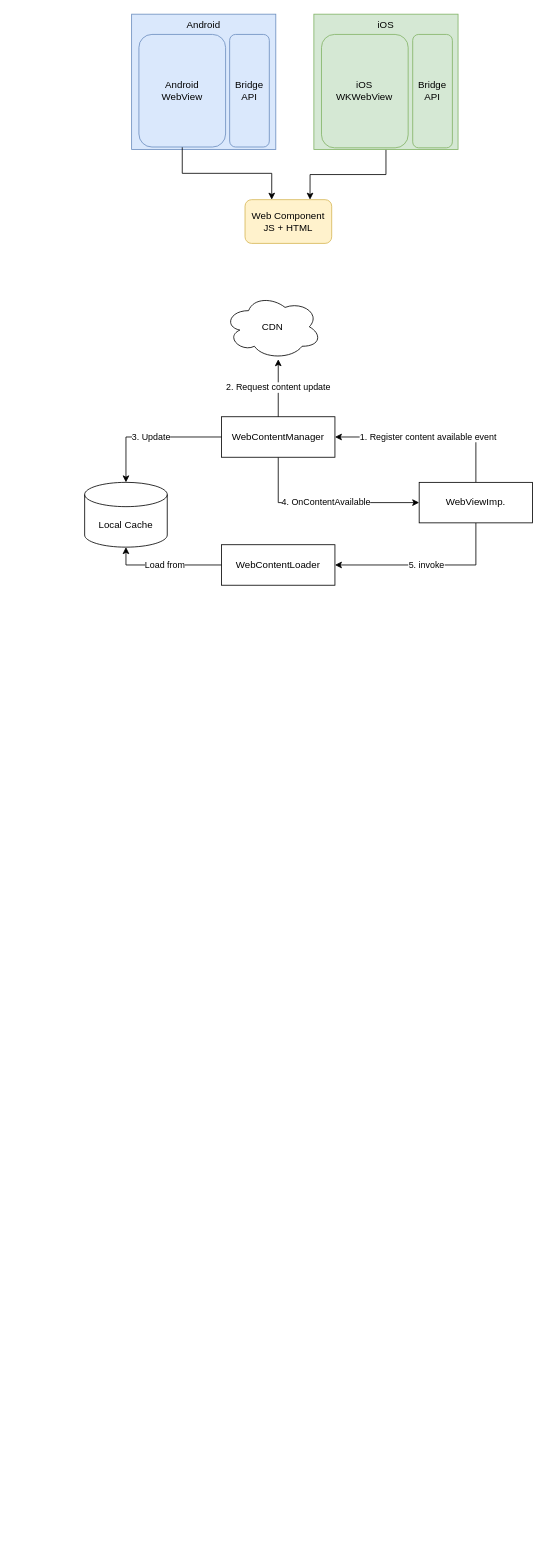
Before: PaymentSDK.drawio in lancelodliu/draw.io, a draw.io diagram. Source tidied: cells renumbered, new cells numbered last; positions are measured from the earlier drawing's top-left corner, leaving out a move shared by most shapes. Both pictures are drawn from the tidied source at 81%, with x=0, y=0 at pixel (84, 14).
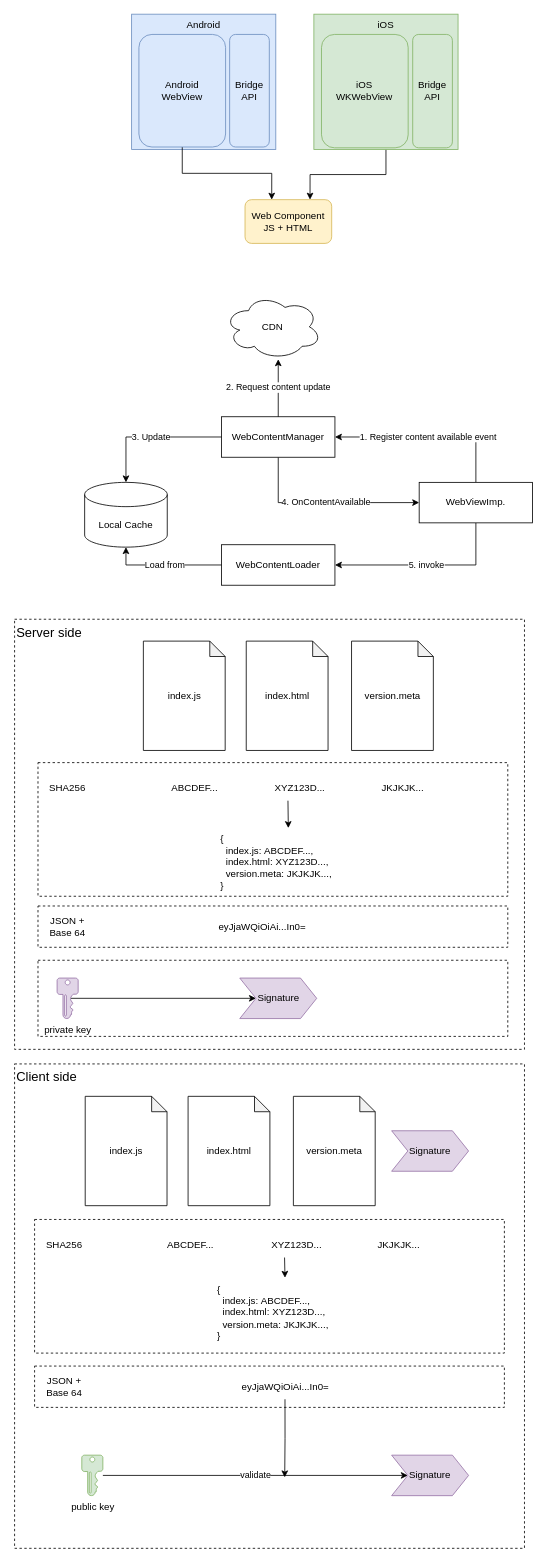
The same diagram, later.

The edit, as a diff of the source:
```diff
@@
+    <mxCell id="22" style="rounded=0;whiteSpace=wrap;html=1;dashed=1;" parent="1" vertex="1">
+      <mxGeometry x="-61.8" y="1757" width="580" height="94" as="geometry" />
+    </mxCell>
+    <mxCell id="23" value="Server side" style="rounded=0;whiteSpace=wrap;html=1;dashed=1;align=left;verticalAlign=top;fontSize=16;" parent="1" vertex="1">
+      <mxGeometry x="-86.5" y="747" width="629.5" height="531" as="geometry" />
+    </mxCell>
+    <mxCell id="24" style="rounded=0;whiteSpace=wrap;html=1;dashed=1;" parent="1" vertex="1">
+      <mxGeometry x="-57.6" y="1168" width="580" height="94" as="geometry" />
+    </mxCell>
+    <mxCell id="25" style="rounded=0;whiteSpace=wrap;html=1;dashed=1;" parent="1" vertex="1">
+      <mxGeometry x="-57.6" y="1101" width="580" height="51" as="geometry" />
+    </mxCell>
+    <mxCell id="26" style="rounded=0;whiteSpace=wrap;html=1;dashed=1;" parent="1" vertex="1">
+      <mxGeometry x="-57.6" y="924" width="580" height="165" as="geometry" />
+    </mxCell>
@@
+    <mxCell id="27" value="index.js" style="shape=note;whiteSpace=wrap;html=1;backgroundOutline=1;darkOpacity=0.05;size=19;" parent="1" vertex="1">
+      <mxGeometry x="72.5" y="774" width="101" height="135" as="geometry" />
+    </mxCell>
+    <mxCell id="28" value="index.html" style="shape=note;whiteSpace=wrap;html=1;backgroundOutline=1;darkOpacity=0.05;size=19;" parent="1" vertex="1">
+      <mxGeometry x="199.5" y="774" width="101" height="135" as="geometry" />
+    </mxCell>
+    <mxCell id="29" value="version.meta" style="shape=note;whiteSpace=wrap;html=1;backgroundOutline=1;darkOpacity=0.05;size=19;" parent="1" vertex="1">
+      <mxGeometry x="329.5" y="774" width="101" height="135" as="geometry" />
+    </mxCell>
+    <mxCell id="30" style="edgeStyle=orthogonalEdgeStyle;rounded=0;jettySize=auto;html=1;exitX=0.64;exitY=0.5;exitDx=0;exitDy=0;exitPerimeter=0;entryX=0;entryY=0.5;entryDx=0;entryDy=0;" parent="1" edge="1" source="31" target="40">
+      <mxGeometry relative="1" as="geometry" />
+    </mxCell>
+    <mxCell id="31" value="private key" style="sketch=0;shadow=0;dashed=0;html=1;strokeColor=#9673a6;labelPosition=center;verticalLabelPosition=bottom;verticalAlign=top;align=center;fillColor=#e1d5e7;shape=mxgraph.mscae.enterprise.key_permissions;" parent="1" vertex="1">
+      <mxGeometry x="-34" y="1190" width="26" height="50" as="geometry" />
+    </mxCell>
+    <mxCell id="32" value="SHA256" style="text;html=1;align=center;verticalAlign=middle;whiteSpace=wrap;rounded=0;" parent="1" vertex="1">
+      <mxGeometry x="-51" y="941" width="60" height="30" as="geometry" />
+    </mxCell>
+    <mxCell id="33" value="ABCDEF..." style="text;html=1;align=center;verticalAlign=middle;whiteSpace=wrap;rounded=0;" parent="1" vertex="1">
+      <mxGeometry x="105.5" y="941" width="60" height="30" as="geometry" />
+    </mxCell>
+    <mxCell id="34" value="XYZ123D..." style="text;html=1;align=center;verticalAlign=middle;whiteSpace=wrap;rounded=0;" parent="1" vertex="1">
+      <mxGeometry x="236" y="941" width="60" height="30" as="geometry" />
+    </mxCell>
+    <mxCell id="35" value="JKJKJK..." style="text;html=1;align=center;verticalAlign=middle;whiteSpace=wrap;rounded=0;" parent="1" vertex="1">
+      <mxGeometry x="362.5" y="941" width="60" height="30" as="geometry" />
+    </mxCell>
+    <mxCell id="36" value="{&lt;div&gt;&amp;nbsp; index.js:&amp;nbsp;&lt;span style=&quot;text-align: center;&quot;&gt;ABCDEF...&lt;/span&gt;,&lt;/div&gt;&lt;div&gt;&amp;nbsp;&amp;nbsp;&lt;span style=&quot;text-align: center;&quot;&gt;index.html&lt;/span&gt;:&amp;nbsp;&lt;span style=&quot;text-align: center;&quot;&gt;XYZ123D...&lt;/span&gt;,&lt;/div&gt;&lt;div&gt;&amp;nbsp;&amp;nbsp;&lt;span style=&quot;text-align: center;&quot;&gt;version.meta&lt;/span&gt;:&amp;nbsp;&lt;span style=&quot;text-align: center;&quot;&gt;JKJKJK...&lt;/span&gt;,&lt;br&gt;&lt;div&gt;}&lt;/div&gt;&lt;/div&gt;" style="text;html=1;align=left;verticalAlign=middle;whiteSpace=wrap;rounded=0;" parent="1" vertex="1">
+      <mxGeometry x="166.2" y="1004.8" width="170.5" height="85.2" as="geometry" />
+    </mxCell>
+    <mxCell id="37" value="JSON + Base 64" style="text;html=1;align=center;verticalAlign=middle;whiteSpace=wrap;rounded=0;" parent="1" vertex="1">
+      <mxGeometry x="-51" y="1112" width="60" height="30" as="geometry" />
+    </mxCell>
+    <mxCell id="38" style="endArrow=classic;html=1;rounded=0;exitX=0.25;exitY=1;exitDx=0;exitDy=0;entryX=0.5;entryY=0;entryDx=0;entryDy=0;" parent="1" edge="1" source="34" target="36">
+      <mxGeometry relative="1" as="geometry" />
+    </mxCell>
+    <mxCell id="39" value="eyJjaWQiOiAi...In0=" style="text;html=1;align=center;verticalAlign=middle;whiteSpace=wrap;rounded=0;" parent="1" vertex="1">
+      <mxGeometry x="138" y="1112" width="163.2" height="30" as="geometry" />
+    </mxCell>
+    <mxCell id="40" value="Signature" style="shape=step;perimeter=stepPerimeter;whiteSpace=wrap;html=1;fixedSize=1;fillColor=#e1d5e7;strokeColor=#9673a6;" parent="1" vertex="1">
+      <mxGeometry x="191.5" y="1190" width="95" height="50" as="geometry" />
+    </mxCell>
+    <mxCell id="41" value="Client side" style="rounded=0;whiteSpace=wrap;html=1;dashed=1;align=left;verticalAlign=top;fontSize=16;" parent="1" vertex="1">
+      <mxGeometry x="-86.5" y="1296" width="629.5" height="598" as="geometry" />
+    </mxCell>
+    <mxCell id="42" value="version.meta" style="shape=note;whiteSpace=wrap;html=1;backgroundOutline=1;darkOpacity=0.05;size=19;" parent="1" vertex="1">
+      <mxGeometry x="257.7" y="1336" width="101" height="135" as="geometry" />
+    </mxCell>
+    <mxCell id="43" value="index.html" style="shape=note;whiteSpace=wrap;html=1;backgroundOutline=1;darkOpacity=0.05;size=19;" parent="1" vertex="1">
+      <mxGeometry x="127.7" y="1336" width="101" height="135" as="geometry" />
+    </mxCell>
+    <mxCell id="44" value="index.js" style="shape=note;whiteSpace=wrap;html=1;backgroundOutline=1;darkOpacity=0.05;size=19;" parent="1" vertex="1">
+      <mxGeometry x="0.7" y="1336" width="101" height="135" as="geometry" />
+    </mxCell>
+    <mxCell id="45" style="rounded=0;whiteSpace=wrap;html=1;dashed=1;" parent="1" vertex="1">
+      <mxGeometry x="-61.8" y="1488" width="580" height="165" as="geometry" />
+    </mxCell>
+    <mxCell id="46" value="SHA256" style="text;html=1;align=center;verticalAlign=middle;whiteSpace=wrap;rounded=0;" parent="1" vertex="1">
+      <mxGeometry x="-55.2" y="1505" width="60" height="30" as="geometry" />
+    </mxCell>
+    <mxCell id="47" value="ABCDEF..." style="text;html=1;align=center;verticalAlign=middle;whiteSpace=wrap;rounded=0;" parent="1" vertex="1">
+      <mxGeometry x="101.3" y="1505" width="60" height="30" as="geometry" />
+    </mxCell>
+    <mxCell id="48" value="XYZ123D..." style="text;html=1;align=center;verticalAlign=middle;whiteSpace=wrap;rounded=0;" parent="1" vertex="1">
+      <mxGeometry x="231.8" y="1505" width="60" height="30" as="geometry" />
+    </mxCell>
+    <mxCell id="49" value="JKJKJK..." style="text;html=1;align=center;verticalAlign=middle;whiteSpace=wrap;rounded=0;" parent="1" vertex="1">
+      <mxGeometry x="358.3" y="1505" width="60" height="30" as="geometry" />
+    </mxCell>
+    <mxCell id="50" value="{&lt;div&gt;&amp;nbsp; index.js:&amp;nbsp;&lt;span style=&quot;text-align: center;&quot;&gt;ABCDEF...&lt;/span&gt;,&lt;/div&gt;&lt;div&gt;&amp;nbsp;&amp;nbsp;&lt;span style=&quot;text-align: center;&quot;&gt;index.html&lt;/span&gt;:&amp;nbsp;&lt;span style=&quot;text-align: center;&quot;&gt;XYZ123D...&lt;/span&gt;,&lt;/div&gt;&lt;div&gt;&amp;nbsp;&amp;nbsp;&lt;span style=&quot;text-align: center;&quot;&gt;version.meta&lt;/span&gt;:&amp;nbsp;&lt;span style=&quot;text-align: center;&quot;&gt;JKJKJK...&lt;/span&gt;,&lt;br&gt;&lt;div&gt;}&lt;/div&gt;&lt;/div&gt;" style="text;html=1;align=left;verticalAlign=middle;whiteSpace=wrap;rounded=0;" parent="1" vertex="1">
+      <mxGeometry x="162.1" y="1560" width="170.5" height="85.2" as="geometry" />
+    </mxCell>
+    <mxCell id="51" style="endArrow=classic;html=1;rounded=0;exitX=0.25;exitY=1;exitDx=0;exitDy=0;entryX=0.5;entryY=0;entryDx=0;entryDy=0;" parent="1" edge="1" source="48" target="50">
+      <mxGeometry relative="1" as="geometry" />
+    </mxCell>
+    <mxCell id="52" style="rounded=0;whiteSpace=wrap;html=1;dashed=1;" parent="1" vertex="1">
+      <mxGeometry x="-61.8" y="1669" width="580" height="51" as="geometry" />
+    </mxCell>
+    <mxCell id="53" value="JSON + Base 64" style="text;html=1;align=center;verticalAlign=middle;whiteSpace=wrap;rounded=0;" parent="1" vertex="1">
+      <mxGeometry x="-55.2" y="1680" width="60" height="30" as="geometry" />
+    </mxCell>
+    <mxCell id="54" style="edgeStyle=orthogonalEdgeStyle;rounded=0;jettySize=auto;html=1;exitX=0.5;exitY=1;exitDx=0;exitDy=0;" parent="1" edge="1" source="55">
+      <mxGeometry relative="1" as="geometry">
+        <mxPoint x="247" y="1806.4" as="targetPoint" />
+      </mxGeometry>
+    </mxCell>
+    <mxCell id="55" value="eyJjaWQiOiAi...In0=" style="text;html=1;align=center;verticalAlign=middle;whiteSpace=wrap;rounded=0;" parent="1" vertex="1">
+      <mxGeometry x="197.6" y="1680" width="99.5" height="30" as="geometry" />
+    </mxCell>
+    <mxCell id="56" value="Signature" style="shape=step;perimeter=stepPerimeter;whiteSpace=wrap;html=1;fixedSize=1;fillColor=#e1d5e7;strokeColor=#9673a6;" parent="1" vertex="1">
+      <mxGeometry x="379" y="1378.5" width="95" height="50" as="geometry" />
+    </mxCell>
+    <mxCell id="57" value="validate" style="edgeStyle=orthogonalEdgeStyle;rounded=0;jettySize=auto;html=1;entryX=0;entryY=0.5;entryDx=0;entryDy=0;" parent="1" edge="1" source="58" target="59">
+      <mxGeometry relative="1" as="geometry" />
+    </mxCell>
+    <mxCell id="58" value="public key" style="sketch=0;shadow=0;dashed=0;html=1;strokeColor=#82b366;labelPosition=center;verticalLabelPosition=bottom;verticalAlign=top;align=center;fillColor=#d5e8d4;shape=mxgraph.mscae.enterprise.key_permissions;" parent="1" vertex="1">
+      <mxGeometry x="-3.5" y="1779" width="26" height="50" as="geometry" />
+    </mxCell>
+    <mxCell id="59" value="Signature" style="shape=step;perimeter=stepPerimeter;whiteSpace=wrap;html=1;fixedSize=1;fillColor=#e1d5e7;strokeColor=#9673a6;" parent="1" vertex="1">
+      <mxGeometry x="379" y="1779" width="95" height="50" as="geometry" />
+    </mxCell>
```
